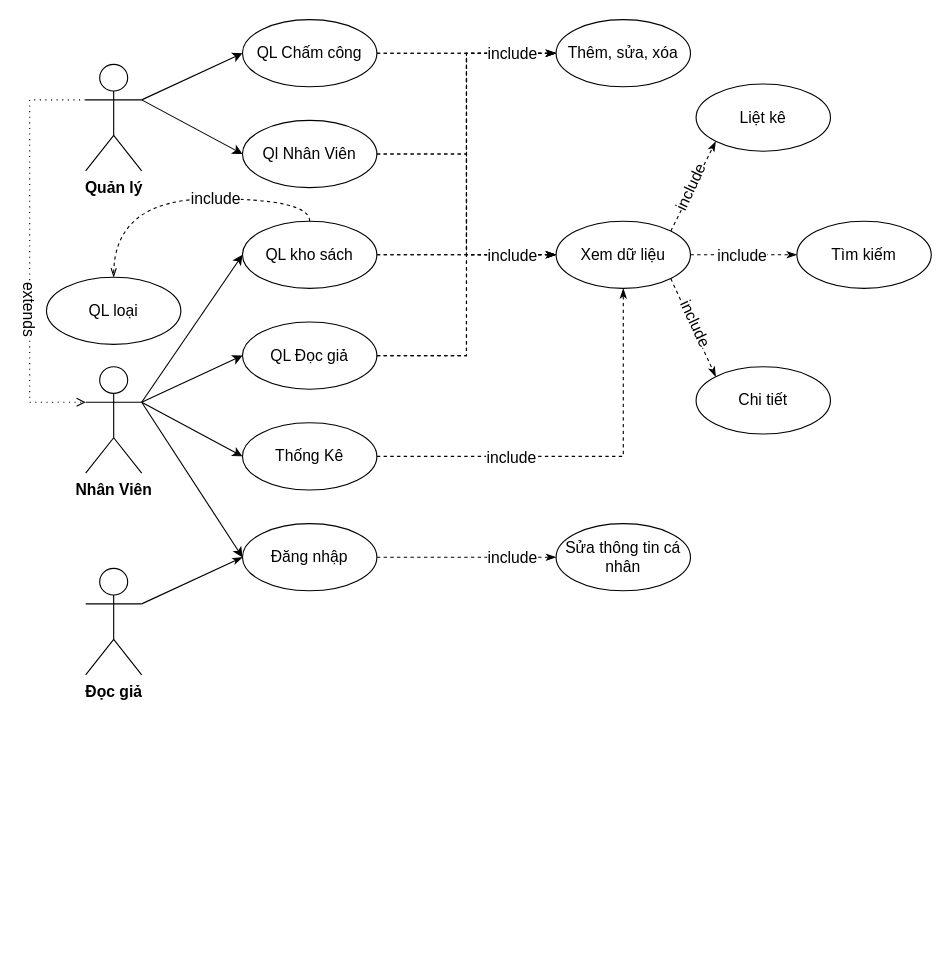
The draw.io diagram Untitled Diagram.drawio in Ho-Nguyen-Quoc/Du_An_1, before the edit. Source tidied: cells renumbered, new cells numbered last; positions are measured from the earlier drawing's top-left corner, leaving out a move shared by most shapes. Both pictures are drawn from the tidied source at 112%, with x=0, y=0 at pixel (29, 19).
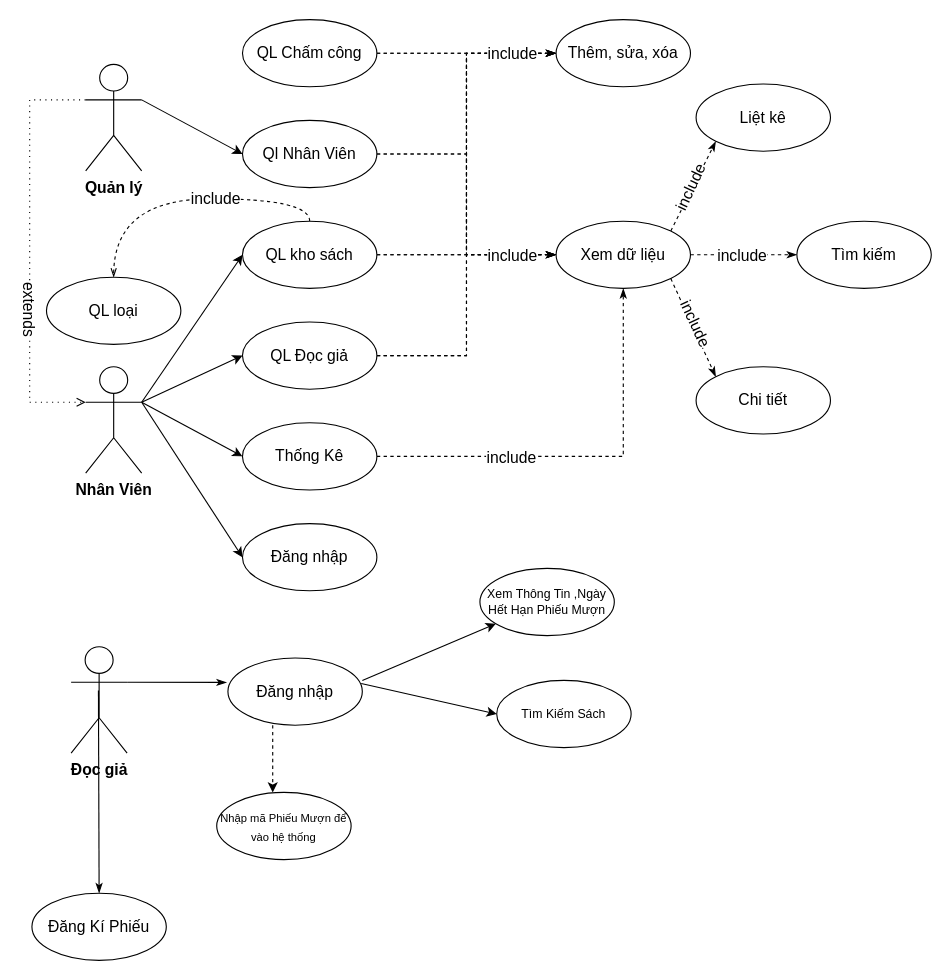
Above is the later version.

Unchanged cells that the change refers to:
```xml
<mxCell id="32" value="Đăng nhập" style="ellipse;whiteSpace=wrap;html=1;fontColor=default;strokeColor=default;fillColor=default;fontSize=14;" parent="1" vertex="1">
  <mxGeometry x="190" y="450" width="120" height="60" as="geometry" />
</mxCell>
<mxCell id="37" value="QL Chấm công" style="ellipse;whiteSpace=wrap;html=1;fontColor=default;strokeColor=default;fillColor=default;fontSize=14;" parent="1" vertex="1">
  <mxGeometry x="190" width="120" height="60" as="geometry" />
</mxCell>
<mxCell id="43" value="Quản lý" style="shape=umlActor;verticalLabelPosition=bottom;verticalAlign=top;html=1;outlineConnect=0;fontSize=14;fontStyle=1;" parent="1" vertex="1">
  <mxGeometry x="50" y="40" width="50" height="95" as="geometry" />
</mxCell>
```

Diff of the diagram source:
```diff
@@
-    <mxCell id="5" style="edgeStyle=none;rounded=0;jettySize=auto;html=1;exitX=1;exitY=0.3333333333333333;exitDx=0;exitDy=0;exitPerimeter=0;entryX=0;entryY=0.5;entryDx=0;entryDy=0;fontSize=14;endArrow=classicThin;endFill=1;" parent="1" edge="1" source="6" target="32">
+    <mxCell id="5" style="edgeStyle=none;rounded=0;jettySize=auto;html=1;exitX=1;exitY=0.3333333333333333;exitDx=0;exitDy=0;exitPerimeter=0;entryX=-0.01;entryY=0.363;entryDx=0;entryDy=0;fontSize=14;endArrow=classicThin;endFill=1;entryPerimeter=0;" parent="1" edge="1" source="6" target="51">
       <mxGeometry relative="1" as="geometry" />
     </mxCell>
     <mxCell id="6" value="Đọc giả" style="shape=umlActor;verticalLabelPosition=bottom;verticalAlign=top;html=1;fillColor=default;strokeColor=default;fontColor=default;fontSize=14;fontStyle=1;" parent="1" vertex="1">
-      <mxGeometry x="50" y="490" width="50" height="95" as="geometry" />
+      <mxGeometry x="37" y="560" width="50" height="95" as="geometry" />
     </mxCell>
@@
-    <mxCell id="30" style="edgeStyle=none;rounded=0;jettySize=auto;html=1;entryX=0;entryY=0.5;entryDx=0;entryDy=0;dashed=1;fontSize=14;endArrow=classicThin;endFill=1;" parent="1" edge="1" source="32" target="45">
-      <mxGeometry relative="1" as="geometry" />
-    </mxCell>
-    <mxCell id="31" value="include" style="edgeLabel;html=1;align=center;verticalAlign=middle;fontSize=14;" parent="30" vertex="1">
-      <mxGeometry x="0.33" y="1" relative="1" as="geometry">
-        <mxPoint x="14" y="1" as="offset" />
-      </mxGeometry>
-    </mxCell>
@@
-    <mxCell id="39" style="edgeStyle=none;rounded=0;jettySize=auto;html=1;exitX=1;exitY=0.3333333333333333;exitDx=0;exitDy=0;exitPerimeter=0;entryX=0;entryY=0.5;entryDx=0;entryDy=0;fontSize=14;" parent="1" edge="1" source="43" target="37">
-      <mxGeometry relative="1" as="geometry" />
-    </mxCell>
@@
-    <mxCell id="45" value="Sửa thông tin cá nhân" style="ellipse;whiteSpace=wrap;html=1;fontColor=default;strokeColor=default;fillColor=default;fontSize=14;" parent="1" vertex="1">
-      <mxGeometry x="470" y="450" width="120" height="60" as="geometry" />
-    </mxCell>
@@
+    <mxCell id="50" style="rounded=0;jettySize=auto;html=1;" parent="1" edge="1" target="52">
+      <mxGeometry relative="1" as="geometry">
+        <mxPoint x="297" y="590" as="sourcePoint" />
+      </mxGeometry>
+    </mxCell>
+    <mxCell id="51" value="Đăng nhập" style="ellipse;whiteSpace=wrap;html=1;fontColor=default;strokeColor=default;fillColor=default;fontSize=14;" parent="1" vertex="1">
+      <mxGeometry x="177" y="570" width="120" height="60" as="geometry" />
+    </mxCell>
+    <mxCell id="52" value="Xem Thông Tin ,Ngày Hết Hạn Phiếu Mượn" style="ellipse;whiteSpace=wrap;html=1;fontColor=default;strokeColor=default;fillColor=default;fontSize=11;" parent="1" vertex="1">
+      <mxGeometry x="402" y="490" width="120" height="60" as="geometry" />
+    </mxCell>
+    <mxCell id="53" style="rounded=0;orthogonalLoop=1;jettySize=auto;html=1;" parent="1" edge="1">
+      <mxGeometry relative="1" as="geometry">
+        <mxPoint x="296" y="592.7" as="sourcePoint" />
+        <mxPoint x="417" y="620" as="targetPoint" />
+      </mxGeometry>
+    </mxCell>
+    <mxCell id="54" value="Tìm Kiếm Sách" style="ellipse;whiteSpace=wrap;html=1;fontColor=default;strokeColor=default;fillColor=default;fontSize=11;" parent="1" vertex="1">
+      <mxGeometry x="417" y="590" width="120" height="60" as="geometry" />
+    </mxCell>
+    <mxCell id="55" style="rounded=0;orthogonalLoop=1;jettySize=auto;html=1;dashed=1;" parent="1" edge="1">
+      <mxGeometry relative="1" as="geometry">
+        <mxPoint x="217" y="630" as="sourcePoint" />
+        <mxPoint x="217" y="690" as="targetPoint" />
+      </mxGeometry>
+    </mxCell>
+    <mxCell id="56" value="&lt;font style=&quot;font-size: 10px&quot;&gt;Nhập mã Phiếu Mượn để vào hệ thống&lt;/font&gt;" style="ellipse;whiteSpace=wrap;html=1;fontColor=default;strokeColor=default;fillColor=default;fontSize=14;" parent="1" vertex="1">
+      <mxGeometry x="167" y="690" width="120" height="60" as="geometry" />
+    </mxCell>
+    <mxCell id="57" value="Đăng Kí Phiếu" style="ellipse;whiteSpace=wrap;html=1;fontColor=default;strokeColor=default;fillColor=default;fontSize=14;" parent="1" vertex="1">
+      <mxGeometry x="2" y="780" width="120" height="60" as="geometry" />
+    </mxCell>
+    <mxCell id="58" style="edgeStyle=none;rounded=0;jettySize=auto;html=1;exitX=0.488;exitY=0.411;exitDx=0;exitDy=0;exitPerimeter=0;entryX=0.5;entryY=0;entryDx=0;entryDy=0;fontSize=14;endArrow=classicThin;endFill=1;" parent="1" edge="1" source="6" target="57">
+      <mxGeometry relative="1" as="geometry" />
+    </mxCell>
```
